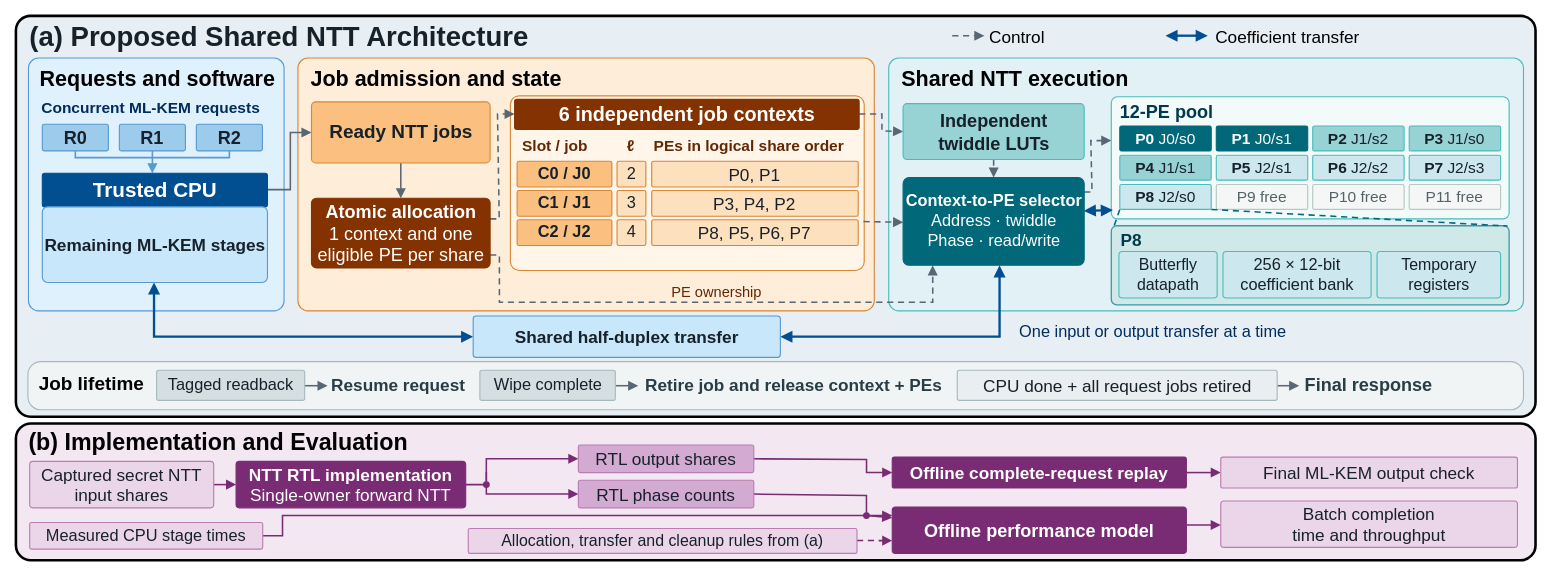
This is all/DAC2026/MaskVirt_fig2.drawio from ZKY6662017/iodraw-files, a draw.io file, before an edit. Source tidied: cells renumbered, new cells numbered last; positions are measured from the earlier drawing's top-left corner, leaving out a move shared by most shapes. Both pictures are drawn from the tidied source at 86%, with x=0, y=0 at pixel (15, 15).
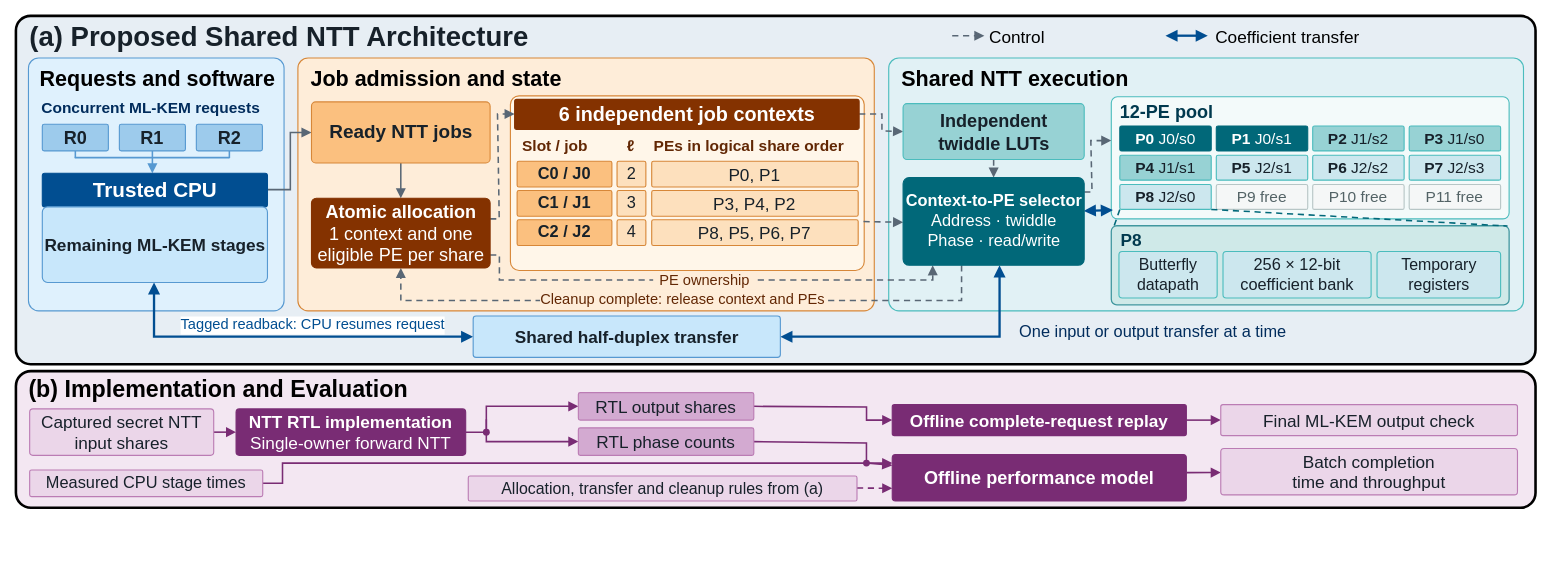
The same page after the edit.

Commit message:
Move CPU readback and cleanup release onto Figure 2 architecture paths

Unchanged cells that the change refers to:
```xml
<mxCell id="52" value="&lt;b&gt;Remaining ML-KEM stages&lt;/b&gt;" style="html=1;whiteSpace=wrap;align=center;verticalAlign=middle;fontFamily=Helvetica;fontSize=20;fontColor=#17212A;spacing=1;fillColor=#C8E7FB;strokeColor=#5799D1;strokeWidth=1.3;rounded=1;arcSize=7;" parent="1" vertex="1">
  <mxGeometry x="30.7" y="222" width="261.8" height="88" as="geometry" />
</mxCell>
<mxCell id="54" value="&lt;b&gt;Atomic allocation&lt;/b&gt;&lt;br&gt;1 context and one&lt;br&gt;eligible PE per share" style="html=1;whiteSpace=wrap;align=center;verticalAlign=middle;fontFamily=Helvetica;fontSize=21;fontColor=#FFFFFF;spacing=1;fillColor=#843200;strokeColor=#843200;strokeWidth=1.3;rounded=1;arcSize=7;" parent="1" vertex="1">
  <mxGeometry x="343.7" y="212" width="207.7" height="81" as="geometry" />
</mxCell>
<mxCell id="69" value="&lt;b&gt;Context-to-PE selector&lt;/b&gt;&lt;br&gt;Address · twiddle&lt;br&gt;Phase · read/write" style="html=1;whiteSpace=wrap;align=center;verticalAlign=middle;fontFamily=Helvetica;fontSize=19;fontColor=#FFFFFF;spacing=1;fillColor=#016879;strokeColor=#016879;strokeWidth=1.3;rounded=1;arcSize=7;" parent="1" vertex="1">
  <mxGeometry x="1031.6" y="188" width="210.6" height="102" as="geometry" />
</mxCell>
<mxCell id="89" value="&lt;b&gt;Shared half-duplex transfer&lt;/b&gt;" style="html=1;whiteSpace=wrap;align=center;verticalAlign=middle;fontFamily=Helvetica;fontSize=20;fontColor=#17212A;spacing=1;fillColor=#C8E7FB;strokeColor=#5799D1;strokeWidth=1.3;rounded=1;arcSize=7;" parent="1" vertex="1">
  <mxGeometry x="531.7" y="349" width="357.2" height="48" as="geometry" />
</mxCell>
```

What changed in the source:
```diff
@@
     <mxCell id="2" style="rounded=1;absoluteArcSize=1;arcSize=34;whiteSpace=wrap;html=1;fillColor=#E7EEF4;strokeColor=#000000;strokeWidth=3;shadow=0;" parent="1" vertex="1">
-      <mxGeometry width="1767" height="466" as="geometry" />
+      <mxGeometry width="1767" height="405" as="geometry" />
     </mxCell>
@@
-    <mxCell id="7" style="html=1;whiteSpace=wrap;align=center;verticalAlign=middle;fontFamily=Helvetica;fontSize=22;fontColor=#17212A;spacing=1;fillColor=#F1F4F5;strokeColor=#A6B9BE;strokeWidth=1.3;rounded=1;arcSize=27;" parent="1" vertex="1">
-      <mxGeometry x="14" y="402" width="1739" height="56" as="geometry" />
-    </mxCell>
     <mxCell id="8" style="html=1;whiteSpace=wrap;align=center;verticalAlign=middle;fontFamily=Helvetica;fontSize=22;fontColor=#17212A;spacing=1;fillColor=#F3E7F2;strokeColor=#000000;strokeWidth=3;rounded=1;arcSize=11;" parent="1" vertex="1">
-      <mxGeometry y="474" width="1767" height="159" as="geometry" />
+      <mxGeometry y="413" width="1767" height="159" as="geometry" />
     </mxCell>
@@
     <mxCell id="23" style="html=1;edgeStyle=none;rounded=0;strokeColor=#596775;strokeWidth=1.8;dashed=1;dashPattern=4 3;startArrow=none;endArrow=block;startFill=1;endFill=1;startSize=7;endSize=7;exitX=1.00000;exitY=0.81500;exitPerimeter=0;entryX=0.16355;entryY=1.00000;entryPerimeter=0;" parent="1" edge="1" source="54" target="69">
       <mxGeometry relative="1" as="geometry">
         <Array as="points">
           <mxPoint x="562.2" y="278" />
-          <mxPoint x="562.2" y="333" />
-          <mxPoint x="1066.1" y="333" />
+          <mxPoint x="562.2" y="307" />
+          <mxPoint x="1066.1" y="307" />
         </Array>
       </mxGeometry>
     </mxCell>
+    <mxCell id="112" value="Cleanup complete: release context and PEs" style="html=1;edgeStyle=none;rounded=0;strokeColor=#596775;strokeWidth=1.8;dashed=1;dashPattern=4 3;startArrow=none;endArrow=block;endFill=1;endSize=7;exitX=0.323;exitY=1;exitPerimeter=0;entryX=0.5;entryY=1;entryPerimeter=0;align=center;verticalAlign=middle;fontFamily=Helvetica;fontSize=17;fontColor=#622704;labelBackgroundColor=#FEEDD9;spacing=2;" parent="1" edge="1" source="69" target="54">
+      <mxGeometry relative="1" as="geometry">
+        <Array as="points">
+          <mxPoint x="1099.6" y="331" />
+          <mxPoint x="447.6" y="331" />
+        </Array>
+      </mxGeometry>
+    </mxCell>
@@
-    <mxCell id="27" style="html=1;edgeStyle=none;rounded=0;strokeColor=#014E91;strokeWidth=2.7;dashed=0;dashPattern=4 3;startArrow=block;endArrow=block;startFill=1;endFill=1;startSize=7;endSize=7;exitX=0.49624;exitY=1.00000;exitPerimeter=0;entryX=0.00000;entryY=0.50000;entryPerimeter=0;" parent="1" edge="1" source="52" target="89">
-      <mxGeometry relative="1" as="geometry">
+    <mxCell id="27" value="Tagged readback: CPU resumes request" style="html=1;edgeStyle=none;rounded=0;strokeColor=#014E91;strokeWidth=2.7;align=center;verticalAlign=middle;fontFamily=Helvetica;fontSize=17;fontColor=#014E91;dashed=0;dashPattern=4 3;startArrow=block;endArrow=block;startFill=1;endFill=1;startSize=7;endSize=7;exitX=0.49624;exitY=1.00000;exitPerimeter=0;entryX=0.00000;entryY=0.50000;entryPerimeter=0;" parent="1" edge="1" source="52" target="89">
+      <mxGeometry x="0.14" relative="1" as="geometry">
         <Array as="points">
           <mxPoint x="160.6" y="373" />
         </Array>
+        <mxPoint y="-13" as="offset" />
       </mxGeometry>
     </mxCell>
@@
-    <mxCell id="29" style="html=1;edgeStyle=none;rounded=0;strokeColor=#596775;strokeWidth=1.8;dashed=0;dashPattern=4 3;startArrow=none;endArrow=block;startFill=1;endFill=1;startSize=7;endSize=7;" parent="1" edge="1">
-      <mxGeometry relative="1" as="geometry">
-        <mxPoint x="335.8" y="430" as="sourcePoint" />
-        <mxPoint x="362.4" y="430" as="targetPoint" />
-      </mxGeometry>
-    </mxCell>
-    <mxCell id="30" style="html=1;edgeStyle=none;rounded=0;strokeColor=#596775;strokeWidth=1.8;dashed=0;dashPattern=4 3;startArrow=none;endArrow=block;startFill=1;endFill=1;startSize=7;endSize=7;" parent="1" edge="1">
-      <mxGeometry relative="1" as="geometry">
-        <mxPoint x="697" y="430" as="sourcePoint" />
-        <mxPoint x="723.6" y="430" as="targetPoint" />
-      </mxGeometry>
-    </mxCell>
-    <mxCell id="31" style="html=1;edgeStyle=none;rounded=0;strokeColor=#596775;strokeWidth=1.8;dashed=0;dashPattern=4 3;startArrow=none;endArrow=block;startFill=1;endFill=1;startSize=7;endSize=7;" parent="1" edge="1">
-      <mxGeometry relative="1" as="geometry">
-        <mxPoint x="1466.6" y="430" as="sourcePoint" />
-        <mxPoint x="1492.2" y="430" as="targetPoint" />
-      </mxGeometry>
-    </mxCell>
@@
     <mxCell id="33" style="html=1;edgeStyle=none;rounded=0;strokeColor=#792C74;strokeWidth=1.8;dashed=0;dashPattern=4 3;startArrow=none;endArrow=block;startFill=1;endFill=1;startSize=7;endSize=7;exitX=1;exitY=0.5;entryX=0;entryY=0.5;entryDx=0;entryDy=0;exitDx=0;exitDy=0;" parent="1" edge="1" source="100" target="101">
       <mxGeometry x="0.17" relative="1" as="geometry">
         <Array as="points">
-          <mxPoint x="547" y="545" />
-          <mxPoint x="547" y="515" />
+          <mxPoint x="547" y="484" />
+          <mxPoint x="547" y="454" />
         </Array>
       </mxGeometry>
     </mxCell>
     <mxCell id="34" style="html=1;edgeStyle=none;rounded=0;strokeColor=#792C74;strokeWidth=1.8;dashed=0;dashPattern=4 3;startArrow=none;endArrow=block;startFill=1;endFill=1;startSize=7;endSize=7;entryX=0;entryY=0.5;entryDx=0;entryDy=0;" parent="1" edge="1" target="102">
       <mxGeometry x="0.04" relative="1" as="geometry">
-        <mxPoint x="547" y="530" as="sourcePoint" />
+        <mxPoint x="547" y="469" as="sourcePoint" />
         <Array as="points">
-          <mxPoint x="547" y="556" />
+          <mxPoint x="547" y="495" />
         </Array>
       </mxGeometry>
     </mxCell>
     <mxCell id="35" style="html=1;edgeStyle=none;rounded=0;strokeColor=#792C74;strokeWidth=1.8;dashed=0;dashPattern=4 3;startArrow=none;endArrow=block;startFill=1;endFill=1;startSize=7;endSize=7;exitX=1.00000;exitY=0.50000;exitPerimeter=0;entryX=0.00000;entryY=0.50000;entryPerimeter=0;" parent="1" edge="1" source="101" target="103">
       <mxGeometry x="-0.05" relative="1" as="geometry">
         <Array as="points">
-          <mxPoint x="989.1" y="515.7" />
-          <mxPoint x="989.1" y="531" />
+          <mxPoint x="989.1" y="454.7" />
+          <mxPoint x="989.1" y="470" />
         </Array>
       </mxGeometry>
     </mxCell>
@@
     <mxCell id="37" style="html=1;edgeStyle=none;rounded=0;strokeColor=#792C74;strokeWidth=1.8;dashed=0;dashPattern=4 3;startArrow=none;endArrow=block;startFill=1;endFill=1;startSize=7;endSize=7;exitX=1.00000;exitY=0.50000;exitPerimeter=0;entryX=0.00000;entryY=0.23256;entryPerimeter=0;" parent="1" edge="1" source="102" target="105">
       <mxGeometry relative="1" as="geometry">
         <Array as="points">
-          <mxPoint x="989" y="557.7" />
-          <mxPoint x="989" y="581" />
+          <mxPoint x="989" y="496.7" />
+          <mxPoint x="989" y="520" />
         </Array>
       </mxGeometry>
     </mxCell>
     <mxCell id="38" style="html=1;edgeStyle=none;rounded=0;strokeColor=#792C74;strokeWidth=1.8;dashed=0;dashPattern=4 3;startArrow=none;endArrow=block;startFill=1;endFill=1;startSize=7;endSize=7;exitX=1;exitY=0.5;entryX=0.00000;entryY=0.51163;entryPerimeter=0;exitDx=0;exitDy=0;" parent="1" edge="1" source="107">
       <mxGeometry relative="1" as="geometry">
-        <mxPoint x="1019" y="581" as="targetPoint" />
+        <mxPoint x="1019" y="520" as="targetPoint" />
         <Array as="points">
-          <mxPoint x="310" y="604.5" />
-          <mxPoint x="310" y="581" />
-          <mxPoint x="999" y="581" />
+          <mxPoint x="310" y="543.5" />
+          <mxPoint x="310" y="520" />
+          <mxPoint x="999" y="520" />
         </Array>
       </mxGeometry>
     </mxCell>
@@
-    <mxCell id="70" value="PE ownership" style="html=1;whiteSpace=wrap;align=center;verticalAlign=middle;fontFamily=Helvetica;fontSize=17;fontColor=#622704;spacing=1;fillColor=none;strokeColor=none;strokeWidth=1.3;rounded=1;arcSize=7;fontStyle=0;" parent="1" vertex="1">
-      <mxGeometry x="728.5" y="311" width="172.2" height="22" as="geometry" />
+    <mxCell id="70" value="PE ownership" style="html=1;whiteSpace=wrap;align=center;verticalAlign=middle;fontFamily=Helvetica;fontSize=17;fontColor=#622704;spacing=1;fillColor=#FEEDD9;strokeColor=none;strokeWidth=1.3;rounded=1;arcSize=7;fontStyle=0;" parent="1" vertex="1">
+      <mxGeometry x="741" y="296.5" width="120" height="22" as="geometry" />
     </mxCell>
@@
-    <mxCell id="91" value="Job lifetime" style="html=1;whiteSpace=wrap;align=left;verticalAlign=middle;fontFamily=Helvetica;fontSize=22;fontColor=#000000;spacing=1;fillColor=none;strokeColor=none;strokeWidth=1.3;rounded=1;arcSize=7;fontStyle=1;" parent="1" vertex="1">
-      <mxGeometry x="25.8" y="414" width="132.9" height="29" as="geometry" />
-    </mxCell>
-    <mxCell id="92" value="Tagged readback" style="html=1;whiteSpace=wrap;align=center;verticalAlign=middle;fontFamily=Helvetica;fontSize=19;fontColor=#17212A;spacing=1;fillColor=#D5DFE2;strokeColor=#A6B9BE;strokeWidth=1.3;rounded=1;arcSize=7;" parent="1" vertex="1">
-      <mxGeometry x="163.6" y="412" width="172.2" height="35" as="geometry" />
-    </mxCell>
-    <mxCell id="93" value="Resume request" style="html=1;whiteSpace=wrap;align=left;verticalAlign=middle;fontFamily=Helvetica;fontSize=20;fontColor=#283D46;spacing=1;fillColor=none;strokeColor=none;strokeWidth=1.3;rounded=1;arcSize=7;fontStyle=1;" parent="1" vertex="1">
-      <mxGeometry x="366.3" y="414" width="163.4" height="30" as="geometry" />
-    </mxCell>
-    <mxCell id="94" value="Wipe complete" style="html=1;whiteSpace=wrap;align=center;verticalAlign=middle;fontFamily=Helvetica;fontSize=19;fontColor=#17212A;spacing=1;fillColor=#D5DFE2;strokeColor=#A6B9BE;strokeWidth=1.3;rounded=1;arcSize=7;" parent="1" vertex="1">
-      <mxGeometry x="539.5" y="412" width="157.5" height="35" as="geometry" />
-    </mxCell>
-    <mxCell id="95" value="Retire job and release context + PEs" style="html=1;whiteSpace=wrap;align=left;verticalAlign=middle;fontFamily=Helvetica;fontSize=20;fontColor=#283D46;spacing=1;fillColor=none;strokeColor=none;strokeWidth=1.3;rounded=1;arcSize=7;fontStyle=1;" parent="1" vertex="1">
-      <mxGeometry x="730.5" y="414" width="354.3" height="30" as="geometry" />
-    </mxCell>
-    <mxCell id="96" value="CPU done + all request jobs retired" style="html=1;whiteSpace=wrap;align=center;verticalAlign=middle;fontFamily=Helvetica;fontSize=20;fontColor=#17212A;spacing=1;fillColor=#E9EEF0;strokeColor=#A6B9BE;strokeWidth=1.3;rounded=1;arcSize=7;" parent="1" vertex="1">
-      <mxGeometry x="1094.6" y="412" width="372" height="35" as="geometry" />
-    </mxCell>
-    <mxCell id="97" value="Final response" style="html=1;whiteSpace=wrap;align=left;verticalAlign=middle;fontFamily=Helvetica;fontSize=21;fontColor=#283D46;spacing=1;fillColor=none;strokeColor=none;strokeWidth=1.3;rounded=1;arcSize=7;fontStyle=1;" parent="1" vertex="1">
-      <mxGeometry x="1498.1" y="414" width="236.2" height="30" as="geometry" />
-    </mxCell>
     <mxCell id="98" value="(b)  Implementation and Evaluation" style="html=1;whiteSpace=wrap;align=left;verticalAlign=middle;fontFamily=Helvetica;fontSize=27;fontColor=#000000;spacing=1;fillColor=none;strokeColor=none;strokeWidth=1.3;rounded=1;arcSize=7;fontStyle=1;" parent="1" vertex="1">
-      <mxGeometry x="14" y="479" width="1005" height="33" as="geometry" />
+      <mxGeometry x="14" y="418" width="1005" height="33" as="geometry" />
     </mxCell>
     <mxCell id="99" value="Captured secret NTT&lt;br&gt;input shares" style="html=1;whiteSpace=wrap;align=center;verticalAlign=middle;fontFamily=Helvetica;fontSize=20;fontColor=#17212A;spacing=1;fillColor=#EBD6E9;strokeColor=#BB7CB4;strokeWidth=1.3;rounded=1;arcSize=7;" parent="1" vertex="1">
-      <mxGeometry x="16" y="518" width="214" height="54" as="geometry" />
+      <mxGeometry x="16" y="457" width="214" height="54" as="geometry" />
     </mxCell>
     <mxCell id="100" value="&lt;b&gt;NTT RTL implementation&lt;/b&gt;&lt;br&gt;Single-owner forward NTT" style="html=1;whiteSpace=wrap;align=center;verticalAlign=middle;fontFamily=Helvetica;fontSize=20;fontColor=#FFFFFF;spacing=1;fillColor=#792C74;strokeColor=#792C74;strokeWidth=1.3;rounded=1;arcSize=7;" parent="1" vertex="1">
-      <mxGeometry x="256" y="518" width="267" height="54" as="geometry" />
+      <mxGeometry x="256" y="457" width="267" height="54" as="geometry" />
     </mxCell>
     <mxCell id="101" value="RTL output shares" style="html=1;whiteSpace=wrap;align=center;verticalAlign=middle;fontFamily=Helvetica;fontSize=20;fontColor=#17212A;spacing=1;fillColor=#D3AAD1;strokeColor=#BB7CB4;strokeWidth=1.3;rounded=1;arcSize=7;" parent="1" vertex="1">
-      <mxGeometry x="654" y="499" width="204" height="32" as="geometry" />
+      <mxGeometry x="654" y="438" width="204" height="32" as="geometry" />
     </mxCell>
     <mxCell id="102" value="RTL phase counts" style="html=1;whiteSpace=wrap;align=center;verticalAlign=middle;fontFamily=Helvetica;fontSize=20;fontColor=#17212A;spacing=1;fillColor=#D3AAD1;strokeColor=#BB7CB4;strokeWidth=1.3;rounded=1;arcSize=7;" parent="1" vertex="1">
-      <mxGeometry x="654" y="540" width="204" height="32" as="geometry" />
+      <mxGeometry x="654" y="479" width="204" height="32" as="geometry" />
     </mxCell>
     <mxCell id="103" value="&lt;b&gt;Offline complete-request replay&lt;/b&gt;" style="html=1;whiteSpace=wrap;align=center;verticalAlign=middle;fontFamily=Helvetica;fontSize=20;fontColor=#FFFFFF;spacing=1;fillColor=light-dark(#792c74, #6a4769);strokeColor=light-dark(#792c74, #9c6596);strokeWidth=1.3;rounded=1;arcSize=7;" parent="1" vertex="1">
-      <mxGeometry x="1019" y="513" width="342" height="36" as="geometry" />
+      <mxGeometry x="1019" y="452" width="342" height="36" as="geometry" />
     </mxCell>
     <mxCell id="104" value="Final ML-KEM output check" style="html=1;whiteSpace=wrap;align=center;verticalAlign=middle;fontFamily=Helvetica;fontSize=20;fontColor=#17212A;spacing=1;fillColor=#EBD6E9;strokeColor=#BB7CB4;strokeWidth=1.3;rounded=1;arcSize=7;" parent="1" vertex="1">
-      <mxGeometry x="1401" y="513" width="345" height="36" as="geometry" />
+      <mxGeometry x="1401" y="452" width="345" height="36" as="geometry" />
     </mxCell>
     <mxCell id="105" value="&lt;b&gt;Offline performance model&lt;/b&gt;" style="html=1;whiteSpace=wrap;align=center;verticalAlign=middle;fontFamily=Helvetica;fontSize=21;fontColor=#FFFFFF;spacing=1;fillColor=#792C74;strokeColor=#792C74;strokeWidth=1.3;rounded=1;arcSize=7;" parent="1" vertex="1">
-      <mxGeometry x="1019" y="571" width="342" height="54" as="geometry" />
+      <mxGeometry x="1019" y="510" width="342" height="54" as="geometry" />
     </mxCell>
     <mxCell id="106" value="Batch completion&lt;br&gt;time and throughput" style="html=1;whiteSpace=wrap;align=center;verticalAlign=middle;fontFamily=Helvetica;fontSize=20;fontColor=#17212A;spacing=1;fillColor=#EBD6E9;strokeColor=#BB7CB4;strokeWidth=1.3;rounded=1;arcSize=7;" parent="1" vertex="1">
-      <mxGeometry x="1401" y="564" width="345" height="54" as="geometry" />
+      <mxGeometry x="1401" y="503" width="345" height="54" as="geometry" />
     </mxCell>
     <mxCell id="107" value="Measured CPU stage times" style="html=1;whiteSpace=wrap;align=center;verticalAlign=middle;fontFamily=Helvetica;fontSize=19;fontColor=#17212A;spacing=1;fillColor=#EBD6E9;strokeColor=#BB7CB4;strokeWidth=1.3;rounded=1;arcSize=7;" parent="1" vertex="1">
-      <mxGeometry x="16" y="589" width="271" height="31" as="geometry" />
+      <mxGeometry x="16" y="528" width="271" height="31" as="geometry" />
     </mxCell>
     <mxCell id="108" value="Allocation, transfer and cleanup rules from (a)" style="html=1;whiteSpace=wrap;align=center;verticalAlign=middle;fontFamily=Helvetica;fontSize=18.5;fontColor=#17212A;spacing=1;fillColor=#EBD6E9;strokeColor=#BB7CB4;strokeWidth=1.3;rounded=1;arcSize=7;" parent="1" vertex="1">
-      <mxGeometry x="526" y="596" width="452" height="29" as="geometry" />
+      <mxGeometry x="526" y="535" width="452" height="29" as="geometry" />
     </mxCell>
@@
     <mxCell id="110" style="ellipse;whiteSpace=wrap;html=1;shapeInside=1;strokeColor=none;fillColor=light-dark(#792c74, #ededed);" parent="1" vertex="1">
-      <mxGeometry x="985" y="577" width="8" height="8" as="geometry" />
+      <mxGeometry x="985" y="516" width="8" height="8" as="geometry" />
     </mxCell>
     <mxCell id="111" style="ellipse;whiteSpace=wrap;html=1;shapeInside=1;strokeColor=none;fillColor=light-dark(#792c74, #ededed);" parent="1" vertex="1">
-      <mxGeometry x="543" y="541" width="8" height="8" as="geometry" />
+      <mxGeometry x="543" y="480" width="8" height="8" as="geometry" />
     </mxCell>
```
